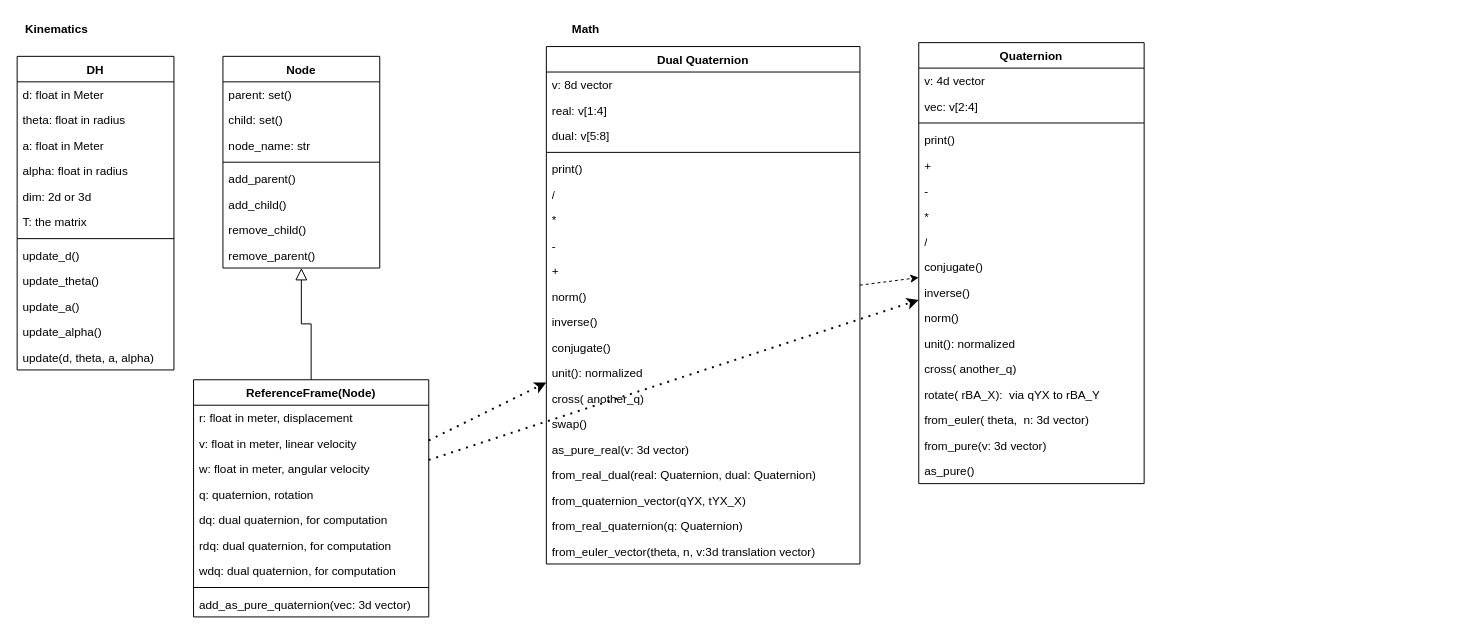
Earlier version of the draw.io diagram robot/robot_related_class.drawio (Kexin-Wei/GeneralPythonLib). Source tidied: cells renumbered, new cells numbered last; positions are measured from the earlier drawing's top-left corner, leaving out a move shared by most shapes. Both pictures are drawn from the tidied source at 98%, with x=0, y=0 at pixel (17, 17).
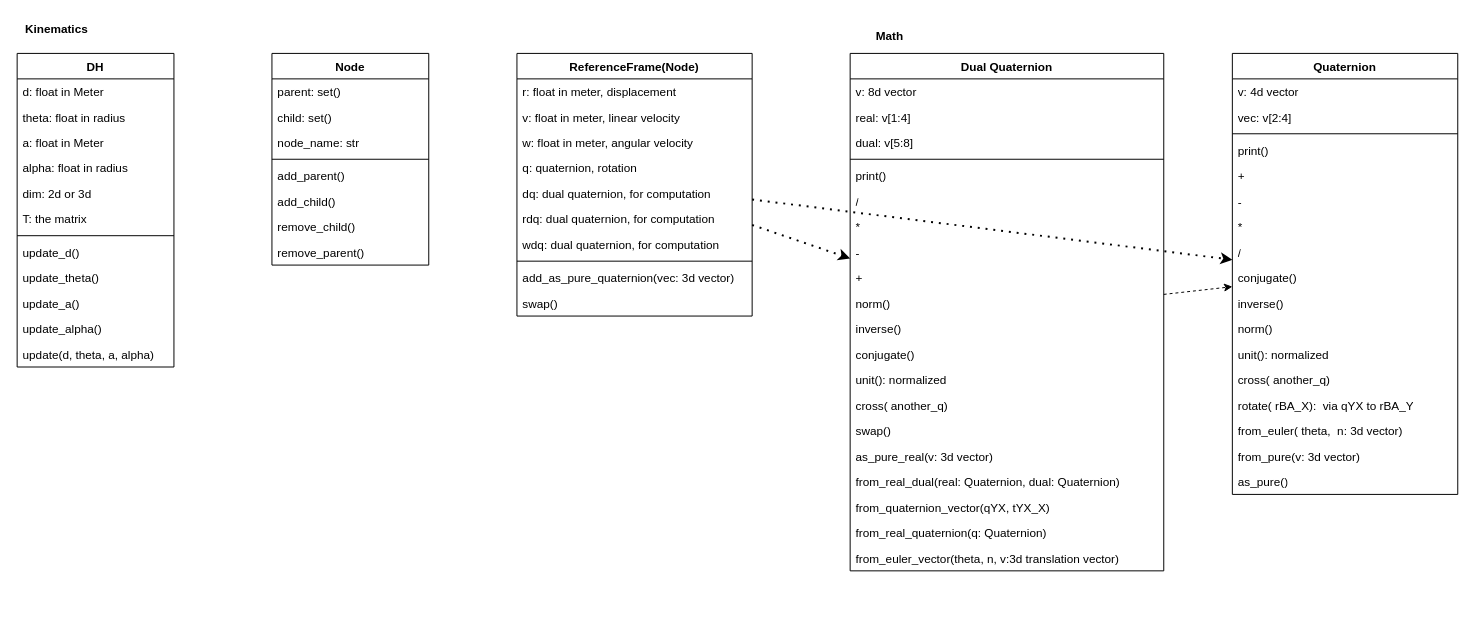
The same diagram, later.

The edit, as a diff of the source:
```diff
@@
     <mxCell id="2" value="DH" style="swimlane;fontStyle=1;align=center;verticalAlign=top;horizontal=1;startSize=26;whiteSpace=wrap;html=1;" parent="1" vertex="1">
-      <mxGeometry y="40" width="160" height="320" as="geometry" />
+      <mxGeometry y="37" width="160" height="320" as="geometry" />
     </mxCell>
@@
     <mxCell id="16" value="Dual Quaternion" style="swimlane;fontStyle=1;align=center;verticalAlign=top;horizontal=1;startSize=26;rounded=0;shadow=0;strokeWidth=1;" parent="1" vertex="1">
-      <mxGeometry x="540" y="30" width="320" height="528" as="geometry" />
+      <mxGeometry x="850" y="37" width="320" height="528" as="geometry" />
     </mxCell>
@@
     <mxCell id="37" value="ReferenceFrame(Node)" style="swimlane;fontStyle=1;align=center;verticalAlign=top;horizontal=1;startSize=26;rounded=0;shadow=0;strokeWidth=1;" parent="1" vertex="1">
-      <mxGeometry x="180" y="370" width="240" height="242" as="geometry" />
+      <mxGeometry x="510" y="37" width="240" height="268" as="geometry" />
     </mxCell>
@@
-    <mxCell id="47" style="endArrow=block;endSize=10;endFill=0;shadow=0;strokeWidth=1;rounded=0;edgeStyle=elbowEdgeStyle;elbow=vertical;" parent="1" edge="1" source="37" target="48">
-      <mxGeometry relative="1" as="geometry" />
-    </mxCell>
+    <mxCell id="79" value="swap()" style="text;align=left;verticalAlign=top;spacingLeft=4;spacingRight=4;overflow=hidden;" parent="37" vertex="1">
+      <mxGeometry y="242" width="240" height="26" as="geometry" />
+    </mxCell>
     <mxCell id="48" value="Node" style="swimlane;fontStyle=1;align=center;verticalAlign=top;horizontal=1;startSize=26;rounded=0;shadow=0;strokeWidth=1;" parent="1" vertex="1">
-      <mxGeometry x="210" y="40" width="160" height="216" as="geometry" />
+      <mxGeometry x="260" y="37" width="160" height="216" as="geometry" />
     </mxCell>
@@
     <mxCell id="58" value="Math" style="text;align=center;fontStyle=1;verticalAlign=middle;spacingLeft=3;spacingRight=3;strokeColor=none;html=1;" parent="1" vertex="1">
-      <mxGeometry x="540" width="80" height="26" as="geometry" />
+      <mxGeometry x="850" y="7" width="80" height="26" as="geometry" />
     </mxCell>
     <mxCell id="59" value="Quaternion" style="swimlane;fontStyle=1;align=center;verticalAlign=top;horizontal=1;startSize=26;whiteSpace=wrap;html=1;" parent="1" vertex="1">
-      <mxGeometry x="920" y="26" width="230" height="450" as="geometry" />
+      <mxGeometry x="1240" y="37" width="230" height="450" as="geometry" />
     </mxCell>
```
